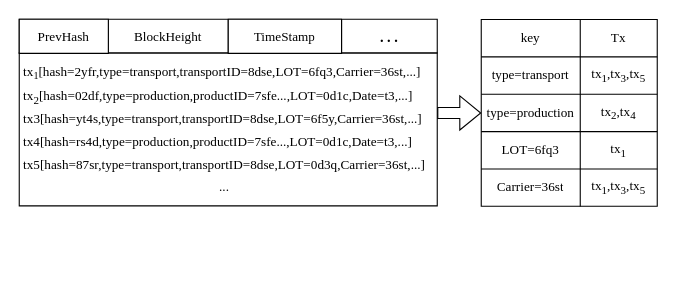
Earlier version of the draw.io diagram page "第 9 页" (14 of 14) of 论文.drawio (jue73/7339). Source tidied: cells renumbered, new cells numbered last; positions are measured from the earlier drawing's top-left corner, leaving out a move shared by most shapes. Both pictures are drawn from the tidied source at 110%, with x=0, y=0 at pixel (19, 19).
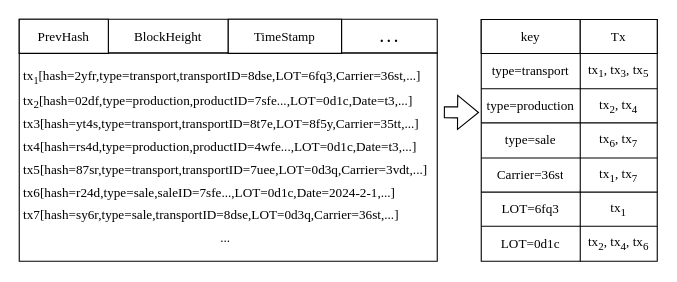
After the change.

Diff of the diagram source:
```diff
@@
     <mxCell id="2" style="shape=table;startSize=0;childLayout=tableLayout;rounded=1;labelBorderColor=#FFFFFF;fontFamily=Times New Roman;fontSize=11;horizontal=1;spacingTop=0;" parent="1" vertex="1">
-      <mxGeometry y="30.6" width="380" height="139.1" as="geometry" />
+      <mxGeometry y="30.6" width="380" height="189.4" as="geometry" />
     </mxCell>
     <mxCell id="3" style="shape=tableRow;horizontal=0;startSize=0;swimlaneHead=0;swimlaneBody=0;top=0;left=0;bottom=0;right=0;fillColor=none;points=[[0,0.5],[1,0.5]];portConstraint=eastwest;rounded=1;labelBorderColor=#FFFFFF;fontFamily=Times New Roman;fontSize=11;" parent="2" vertex="1">
-      <mxGeometry width="380" height="139" as="geometry" />
+      <mxGeometry width="380" height="189" as="geometry" />
     </mxCell>
-    <mxCell id="4" value="&lt;div style=&quot;padding-top: 0px; margin-bottom: 4px;&quot;&gt;&lt;span style=&quot;font-size: 12px; background-color: initial;&quot;&gt;tx&lt;/span&gt;&lt;sub style=&quot;background-color: initial;&quot;&gt;1&lt;/sub&gt;&lt;span style=&quot;font-size: 12px; background-color: initial;&quot;&gt;[hash=2yfr,type=transport&lt;/span&gt;&lt;span style=&quot;font-size: 12px; background-color: initial;&quot; lang=&quot;EN-US&quot;&gt;,transportID=8dse&lt;/span&gt;&lt;span style=&quot;font-size: 12px; background-color: initial;&quot;&gt;,LOT=6fq3,Carrier=36st,...&lt;/span&gt;&lt;span style=&quot;font-size: 12px; background-color: initial;&quot;&gt;]&lt;/span&gt;&lt;/div&gt;&lt;div style=&quot;line-height: 140%; font-size: 12px; margin-bottom: 0px; margin-top: 0px;&quot;&gt;&lt;font face=&quot;Times New Roman&quot; style=&quot;font-size: 12px;&quot;&gt;tx&lt;sub style=&quot;&quot;&gt;2&lt;/sub&gt;[hash=02df,type=production&lt;span style=&quot;&quot; lang=&quot;EN-US&quot;&gt;&lt;font style=&quot;font-size: 12px;&quot;&gt;,productID=7sfe...,LOT=&lt;/font&gt;&lt;/span&gt;&lt;span style=&quot;border-color: var(--border-color);&quot;&gt;0d1c,Date=t3,&lt;/span&gt;...]&lt;/font&gt;&lt;/div&gt;&lt;div style=&quot;line-height: 140%; font-size: 12px; margin-bottom: 4px;&quot;&gt;&lt;div style=&quot;margin-left: 0px; margin-top: 0px; margin-bottom: 4px;&quot;&gt;&lt;span style=&quot;background-color: initial;&quot;&gt;tx&lt;/span&gt;&lt;span style=&quot;background-color: initial;&quot;&gt;3&lt;/span&gt;&lt;span style=&quot;background-color: initial;&quot;&gt;[hash=yt4s,type=transport&lt;/span&gt;&lt;span style=&quot;background-color: initial; font-family: &amp;quot;Times New Roman&amp;quot;, serif;&quot; lang=&quot;EN-US&quot;&gt;,transportID=8dse&lt;/span&gt;&lt;span style=&quot;background-color: initial;&quot;&gt;,LOT=6f5y,Carrier=&lt;/span&gt;&lt;span style=&quot;background-color: initial;&quot;&gt;36st,&lt;/span&gt;&lt;span style=&quot;background-color: initial;&quot;&gt;...&lt;/span&gt;&lt;span style=&quot;background-color: initial;&quot;&gt;]&lt;/span&gt;&lt;/div&gt;&lt;div style=&quot;line-height: 140%;&quot;&gt;&lt;div style=&quot;line-height: 140%; margin-bottom: 4px;&quot;&gt;&lt;font style=&quot;font-size: 12px;&quot;&gt;&lt;font style=&quot;font-size: 12px;&quot; face=&quot;Times New Roman&quot;&gt;tx4[hash=rs4d,type=&lt;/font&gt;&lt;span style=&quot;font-family: &amp;quot;Times New Roman&amp;quot;, serif;&quot;&gt;production&lt;/span&gt;&lt;font style=&quot;font-size: 12px;&quot; face=&quot;Times New Roman&quot;&gt;&lt;span lang=&quot;EN-US&quot;&gt;&lt;font style=&quot;font-size: 12px;&quot;&gt;,productID=7sfe...,LOT=&lt;/font&gt;&lt;/span&gt;&lt;span style=&quot;border-color: var(--border-color);&quot;&gt;0d1c,Date=t3,&lt;/span&gt;...]&lt;/font&gt;&lt;/font&gt;&lt;/div&gt;&lt;/div&gt;&lt;/div&gt;&lt;div style=&quot;line-height: 140%; font-size: 12px;&quot;&gt;&lt;div style=&quot;margin-bottom: 4px;&quot;&gt;&lt;span style=&quot;background-color: initial;&quot;&gt;tx5[hash=87sr,type=transport&lt;/span&gt;&lt;span style=&quot;background-color: initial; font-family: &amp;quot;Times New Roman&amp;quot;, serif;&quot; lang=&quot;EN-US&quot;&gt;,transportID=8dse&lt;/span&gt;&lt;span style=&quot;background-color: initial;&quot;&gt;,LOT=0d3q,Carrier=36st,...&lt;/span&gt;&lt;span style=&quot;background-color: initial;&quot;&gt;]&lt;/span&gt;&lt;/div&gt;&lt;div style=&quot;text-align: center; line-height: 140%;&quot;&gt;&lt;font style=&quot;font-size: 12px;&quot;&gt;...&lt;/font&gt;&lt;/div&gt;&lt;/div&gt;" style="shape=partialRectangle;html=1;whiteSpace=wrap;overflow=hidden;fillColor=none;top=0;left=0;bottom=0;right=0;rounded=1;labelBorderColor=#FFFFFF;fontFamily=Times New Roman;fontSize=11;align=left;spacing=3;spacingBottom=-1;spacingLeft=0;" parent="3" vertex="1">
-      <mxGeometry width="380" height="139" as="geometry" />
+    <mxCell id="4" value="&lt;div style=&quot;padding-top: 0px; margin-bottom: 4px;&quot;&gt;&lt;span style=&quot;font-size: 12px; background-color: initial;&quot;&gt;tx&lt;/span&gt;&lt;sub style=&quot;background-color: initial;&quot;&gt;1&lt;/sub&gt;&lt;span style=&quot;font-size: 12px; background-color: initial;&quot;&gt;[hash=2yfr,type=transport&lt;/span&gt;&lt;span style=&quot;font-size: 12px; background-color: initial;&quot; lang=&quot;EN-US&quot;&gt;,transportID=8dse&lt;/span&gt;&lt;span style=&quot;font-size: 12px; background-color: initial;&quot;&gt;,LOT=6fq3,Carrier=36st,...&lt;/span&gt;&lt;span style=&quot;font-size: 12px; background-color: initial;&quot;&gt;]&lt;/span&gt;&lt;/div&gt;&lt;div style=&quot;line-height: 140%; font-size: 12px; margin-bottom: 0px; margin-top: 0px;&quot;&gt;&lt;font face=&quot;Times New Roman&quot; style=&quot;font-size: 12px;&quot;&gt;tx&lt;sub style=&quot;&quot;&gt;2&lt;/sub&gt;[hash=02df,type=production&lt;span style=&quot;&quot; lang=&quot;EN-US&quot;&gt;&lt;font style=&quot;font-size: 12px;&quot;&gt;,productID=7sfe...,LOT=&lt;/font&gt;&lt;/span&gt;&lt;span style=&quot;border-color: var(--border-color);&quot;&gt;0d1c,Date=t3,&lt;/span&gt;...]&lt;/font&gt;&lt;/div&gt;&lt;div style=&quot;line-height: 140%; font-size: 12px; margin-bottom: 4px;&quot;&gt;&lt;div style=&quot;margin-left: 0px; margin-top: 0px; margin-bottom: 4px;&quot;&gt;&lt;span style=&quot;background-color: initial;&quot;&gt;tx&lt;/span&gt;&lt;span style=&quot;background-color: initial;&quot;&gt;3&lt;/span&gt;&lt;span style=&quot;background-color: initial;&quot;&gt;[hash=yt4s,type=transport&lt;/span&gt;&lt;span style=&quot;background-color: initial; font-family: &amp;quot;Times New Roman&amp;quot;, serif;&quot; lang=&quot;EN-US&quot;&gt;,transportID=8t7e&lt;/span&gt;&lt;span style=&quot;background-color: initial;&quot;&gt;,LOT=8f5y,Carrier=&lt;/span&gt;&lt;span style=&quot;background-color: initial;&quot;&gt;35tt,&lt;/span&gt;&lt;span style=&quot;background-color: initial;&quot;&gt;...&lt;/span&gt;&lt;span style=&quot;background-color: initial;&quot;&gt;]&lt;/span&gt;&lt;/div&gt;&lt;div style=&quot;line-height: 140%;&quot;&gt;&lt;div style=&quot;line-height: 140%; margin-bottom: 4px;&quot;&gt;&lt;font style=&quot;font-size: 12px;&quot;&gt;&lt;font style=&quot;font-size: 12px;&quot; face=&quot;Times New Roman&quot;&gt;tx4[hash=rs4d,type=&lt;/font&gt;&lt;span style=&quot;font-family: &amp;quot;Times New Roman&amp;quot;, serif;&quot;&gt;production&lt;/span&gt;&lt;font style=&quot;font-size: 12px;&quot; face=&quot;Times New Roman&quot;&gt;&lt;span lang=&quot;EN-US&quot;&gt;&lt;font style=&quot;font-size: 12px;&quot;&gt;,productID=4wfe...,LOT=&lt;/font&gt;&lt;/span&gt;&lt;span style=&quot;border-color: var(--border-color);&quot;&gt;0d1c,Date=t3,&lt;/span&gt;...]&lt;/font&gt;&lt;/font&gt;&lt;/div&gt;&lt;/div&gt;&lt;/div&gt;&lt;div style=&quot;line-height: 140%; font-size: 12px;&quot;&gt;&lt;div style=&quot;margin-bottom: 4px;&quot;&gt;&lt;span style=&quot;background-color: initial;&quot;&gt;tx5[hash=87sr,type=transport&lt;/span&gt;&lt;span style=&quot;background-color: initial; font-family: &amp;quot;Times New Roman&amp;quot;, serif;&quot; lang=&quot;EN-US&quot;&gt;,transportID=7uee&lt;/span&gt;&lt;span style=&quot;background-color: initial;&quot;&gt;,LOT=0d3q,Carrier=3vdt,...&lt;/span&gt;&lt;span style=&quot;background-color: initial;&quot;&gt;]&lt;/span&gt;&lt;/div&gt;&lt;div style=&quot;margin-bottom: 4px;&quot;&gt;&lt;div style=&quot;line-height: 16.8px; margin-bottom: 4px;&quot;&gt;&lt;div style=&quot;line-height: 16.8px;&quot;&gt;&lt;div style=&quot;line-height: 16.8px; margin-bottom: 4px;&quot;&gt;&lt;font face=&quot;Times New Roman&quot;&gt;tx6[hash=r24d,type=&lt;/font&gt;&lt;span style=&quot;font-family: &amp;quot;Times New Roman&amp;quot;, serif;&quot;&gt;sale&lt;/span&gt;&lt;font face=&quot;Times New Roman&quot;&gt;&lt;span lang=&quot;EN-US&quot;&gt;,saleID=7sfe...,LOT=&lt;/span&gt;&lt;span style=&quot;border-color: var(--border-color);&quot;&gt;0d1c,Date=2024-2-1,&lt;/span&gt;...]&lt;/font&gt;&lt;/div&gt;&lt;/div&gt;&lt;/div&gt;&lt;div style=&quot;line-height: 16.8px;&quot;&gt;&lt;div style=&quot;margin-bottom: 4px;&quot;&gt;&lt;span style=&quot;background-color: initial;&quot;&gt;tx7[hash=sy6r,type=sale&lt;/span&gt;&lt;span style=&quot;background-color: initial; font-family: &amp;quot;Times New Roman&amp;quot;, serif;&quot; lang=&quot;EN-US&quot;&gt;,transportID=8dse&lt;/span&gt;&lt;span style=&quot;background-color: initial;&quot;&gt;,LOT=0d3q,Carrier=36st,...&lt;/span&gt;&lt;span style=&quot;background-color: initial;&quot;&gt;]&lt;/span&gt;&lt;/div&gt;&lt;/div&gt;&lt;/div&gt;&lt;div style=&quot;text-align: center; line-height: 140%;&quot;&gt;&lt;font style=&quot;font-size: 12px;&quot;&gt;...&lt;/font&gt;&lt;/div&gt;&lt;/div&gt;" style="shape=partialRectangle;html=1;whiteSpace=wrap;overflow=hidden;fillColor=none;top=0;left=0;bottom=0;right=0;rounded=1;labelBorderColor=#FFFFFF;fontFamily=Times New Roman;fontSize=11;align=left;spacing=3;spacingBottom=-1;spacingLeft=0;" parent="3" vertex="1">
+      <mxGeometry width="380" height="189" as="geometry" />
     </mxCell>
@@
-    <mxCell id="11" style="shape=flexArrow;endArrow=classic;html=1;rounded=0;entryX=0;entryY=0.5;entryDx=0;entryDy=0;exitX=1;exitY=0.393;exitDx=0;exitDy=0;exitPerimeter=0;" parent="1" edge="1" source="3" target="19">
-      <mxGeometry relative="1" as="geometry" />
+    <mxCell id="11" style="shape=flexArrow;endArrow=classic;html=1;rounded=0;entryX=0;entryY=0.5;entryDx=0;entryDy=0;width=10;" parent="1" edge="1">
+      <mxGeometry relative="1" as="geometry">
+        <mxPoint x="386" y="84.6" as="sourcePoint" />
+        <mxPoint x="418" y="84.8" as="targetPoint" />
+      </mxGeometry>
     </mxCell>
     <mxCell id="12" style="shape=table;startSize=0;childLayout=tableLayout;" parent="1" vertex="1">
-      <mxGeometry x="420" y="0.2" width="160" height="169.8" as="geometry" />
+      <mxGeometry x="420" y="0.2" width="160" height="219.8" as="geometry" />
     </mxCell>
     <mxCell id="13" style="shape=tableRow;horizontal=0;startSize=0;swimlaneHead=0;swimlaneBody=0;strokeColor=inherit;top=0;left=0;bottom=0;right=0;fillColor=none;" parent="12" vertex="1">
-      <mxGeometry width="160" height="34" as="geometry" />
+      <mxGeometry width="160" height="31" as="geometry" />
     </mxCell>
-    <mxCell id="14" value="&lt;font face=&quot;Times New Roman&quot;&gt;key&lt;/font&gt;" style="shape=partialRectangle;html=1;whiteSpace=wrap;strokeColor=inherit;overflow=hidden;fillColor=none;top=0;left=0;bottom=0;right=0;" parent="13" vertex="1">
-      <mxGeometry width="90" height="34" as="geometry" />
+    <mxCell id="14" value="&lt;font face=&quot;Times New Roman&quot;&gt;key&lt;/font&gt;" style="shape=partialRectangle;html=1;whiteSpace=wrap;overflow=hidden;top=1;left=1;bottom=1;right=1;" parent="13" vertex="1">
+      <mxGeometry width="90" height="31" as="geometry" />
     </mxCell>
-    <mxCell id="15" value="&lt;font face=&quot;Times New Roman&quot;&gt;Tx&lt;/font&gt;" style="shape=partialRectangle;html=1;whiteSpace=wrap;strokeColor=inherit;overflow=hidden;fillColor=none;top=0;left=0;bottom=0;right=0;" parent="13" vertex="1">
-      <mxGeometry x="90" width="70" height="34" as="geometry" />
+    <mxCell id="15" value="&lt;font face=&quot;Times New Roman&quot;&gt;Tx&lt;/font&gt;" style="shape=partialRectangle;html=1;whiteSpace=wrap;overflow=hidden;top=1;left=1;bottom=1;right=1;" parent="13" vertex="1">
+      <mxGeometry x="90" width="70" height="31" as="geometry" />
     </mxCell>
     <mxCell id="16" style="shape=tableRow;horizontal=0;startSize=0;swimlaneHead=0;swimlaneBody=0;strokeColor=inherit;top=0;left=0;bottom=0;right=0;fillColor=none;" parent="12" vertex="1">
-      <mxGeometry y="34" width="160" height="34" as="geometry" />
+      <mxGeometry y="31" width="160" height="32" as="geometry" />
     </mxCell>
     <mxCell id="17" value="&lt;span style=&quot;font-family: &amp;quot;Times New Roman&amp;quot;; text-align: left;&quot;&gt;type=transport&lt;/span&gt;" style="shape=partialRectangle;html=1;whiteSpace=wrap;strokeColor=inherit;overflow=hidden;fillColor=none;top=0;left=0;bottom=0;right=0;" parent="16" vertex="1">
-      <mxGeometry width="90" height="34" as="geometry" />
+      <mxGeometry width="90" height="32" as="geometry" />
     </mxCell>
-    <mxCell id="18" value="&lt;font face=&quot;Times New Roman&quot;&gt;tx&lt;sub&gt;1&lt;/sub&gt;,tx&lt;sub&gt;3&lt;/sub&gt;,tx&lt;sub&gt;5&lt;/sub&gt;&lt;/font&gt;" style="shape=partialRectangle;html=1;whiteSpace=wrap;strokeColor=inherit;overflow=hidden;fillColor=none;top=0;left=0;bottom=0;right=0;" parent="16" vertex="1">
-      <mxGeometry x="90" width="70" height="34" as="geometry" />
+    <mxCell id="18" value="&lt;font face=&quot;Times New Roman&quot;&gt;tx&lt;sub&gt;1&lt;/sub&gt;, tx&lt;sub&gt;3&lt;/sub&gt;, tx&lt;sub&gt;5&lt;/sub&gt;&lt;/font&gt;" style="shape=partialRectangle;html=1;whiteSpace=wrap;strokeColor=inherit;overflow=hidden;fillColor=none;top=0;left=0;bottom=0;right=0;" parent="16" vertex="1">
+      <mxGeometry x="90" width="70" height="32" as="geometry" />
     </mxCell>
     <mxCell id="19" style="shape=tableRow;horizontal=0;startSize=0;swimlaneHead=0;swimlaneBody=0;strokeColor=inherit;top=0;left=0;bottom=0;right=0;fillColor=none;points=[[0,0.5],[1,0.5]];portConstraint=eastwest;" parent="12" vertex="1">
-      <mxGeometry y="68" width="160" height="34" as="geometry" />
+      <mxGeometry y="63" width="160" height="31" as="geometry" />
     </mxCell>
     <mxCell id="20" value="&lt;span style=&quot;text-align: left;&quot;&gt;&lt;font face=&quot;Times New Roman&quot;&gt;type=production&lt;/font&gt;&lt;/span&gt;" style="shape=partialRectangle;html=1;whiteSpace=wrap;strokeColor=inherit;overflow=hidden;fillColor=none;top=0;left=0;bottom=0;right=0;" parent="19" vertex="1">
-      <mxGeometry width="90" height="34" as="geometry" />
+      <mxGeometry width="90" height="31" as="geometry" />
     </mxCell>
-    <mxCell id="21" value="&lt;font face=&quot;Times New Roman&quot;&gt;tx&lt;sub&gt;2&lt;/sub&gt;,tx&lt;sub&gt;4&lt;/sub&gt;&lt;/font&gt;" style="shape=partialRectangle;html=1;whiteSpace=wrap;strokeColor=inherit;overflow=hidden;fillColor=none;top=0;left=0;bottom=0;right=0;" parent="19" vertex="1">
-      <mxGeometry x="90" width="70" height="34" as="geometry" />
+    <mxCell id="21" value="&lt;font face=&quot;Times New Roman&quot;&gt;tx&lt;sub&gt;2&lt;/sub&gt;, tx&lt;sub&gt;4&lt;/sub&gt;&lt;/font&gt;" style="shape=partialRectangle;html=1;whiteSpace=wrap;strokeColor=inherit;overflow=hidden;fillColor=none;top=0;left=0;bottom=0;right=0;" parent="19" vertex="1">
+      <mxGeometry x="90" width="70" height="31" as="geometry" />
     </mxCell>
     <mxCell id="22" style="shape=tableRow;horizontal=0;startSize=0;swimlaneHead=0;swimlaneBody=0;strokeColor=inherit;top=0;left=0;bottom=0;right=0;fillColor=none;" parent="12" vertex="1">
-      <mxGeometry y="102" width="160" height="34" as="geometry" />
+      <mxGeometry y="94" width="160" height="32" as="geometry" />
     </mxCell>
-    <mxCell id="23" value="&lt;span style=&quot;font-family: &amp;quot;Times New Roman&amp;quot;; text-align: left;&quot;&gt;LOT=6fq3&lt;/span&gt;" style="shape=partialRectangle;html=1;whiteSpace=wrap;strokeColor=inherit;overflow=hidden;fillColor=none;top=0;left=0;bottom=0;right=0;" parent="22" vertex="1">
-      <mxGeometry width="90" height="34" as="geometry" />
+    <mxCell id="23" value="&lt;span style=&quot;font-family: &amp;quot;Times New Roman&amp;quot;; text-align: left;&quot;&gt;type=sale&lt;/span&gt;" style="shape=partialRectangle;html=1;whiteSpace=wrap;strokeColor=inherit;overflow=hidden;fillColor=none;top=0;left=0;bottom=0;right=0;" parent="22" vertex="1">
+      <mxGeometry width="90" height="32" as="geometry" />
     </mxCell>
-    <mxCell id="24" value="&lt;font face=&quot;Times New Roman&quot;&gt;tx&lt;sub&gt;1&lt;/sub&gt;&lt;/font&gt;" style="shape=partialRectangle;html=1;whiteSpace=wrap;strokeColor=inherit;overflow=hidden;fillColor=none;top=0;left=0;bottom=0;right=0;" parent="22" vertex="1">
-      <mxGeometry x="90" width="70" height="34" as="geometry" />
+    <mxCell id="24" value="&lt;font face=&quot;Times New Roman&quot;&gt;tx&lt;sub&gt;6&lt;/sub&gt;,&amp;nbsp;&lt;/font&gt;&lt;span style=&quot;font-family: &amp;quot;Times New Roman&amp;quot;;&quot;&gt;tx&lt;/span&gt;&lt;sub style=&quot;font-family: &amp;quot;Times New Roman&amp;quot;;&quot;&gt;7&lt;/sub&gt;" style="shape=partialRectangle;html=1;whiteSpace=wrap;strokeColor=inherit;overflow=hidden;fillColor=none;top=0;left=0;bottom=0;right=0;" parent="22" vertex="1">
+      <mxGeometry x="90" width="70" height="32" as="geometry" />
     </mxCell>
     <mxCell id="25" style="shape=tableRow;horizontal=0;startSize=0;swimlaneHead=0;swimlaneBody=0;strokeColor=inherit;top=0;left=0;bottom=0;right=0;fillColor=none;" parent="12" vertex="1">
-      <mxGeometry y="136" width="160" height="34" as="geometry" />
+      <mxGeometry y="126" width="160" height="31" as="geometry" />
     </mxCell>
     <mxCell id="26" value="&lt;font face=&quot;Times New Roman&quot;&gt;&lt;span style=&quot;forced-color-adjust: none; color: rgb(0, 0, 0); font-size: 12px; font-style: normal; font-variant-ligatures: normal; font-variant-caps: normal; font-weight: 400; letter-spacing: normal; orphans: 2; text-indent: 0px; text-transform: none; widows: 2; word-spacing: 0px; -webkit-text-stroke-width: 0px; white-space: normal; background-color: initial; text-decoration-thickness: initial; text-decoration-style: initial; text-decoration-color: initial; text-align: left;&quot;&gt;Carrier=&lt;/span&gt;&lt;span style=&quot;forced-color-adjust: none; color: rgb(0, 0, 0); font-size: 12px; font-style: normal; font-variant-ligatures: normal; font-variant-caps: normal; font-weight: 400; letter-spacing: normal; orphans: 2; text-indent: 0px; text-transform: none; widows: 2; word-spacing: 0px; -webkit-text-stroke-width: 0px; white-space: normal; background-color: initial; text-decoration-thickness: initial; text-decoration-style: initial; text-decoration-color: initial; text-align: left;&quot;&gt;36st&lt;/span&gt;&lt;/font&gt;" style="shape=partialRectangle;html=1;whiteSpace=wrap;strokeColor=inherit;overflow=hidden;fillColor=none;top=0;left=0;bottom=0;right=0;" parent="25" vertex="1">
-      <mxGeometry width="90" height="34" as="geometry" />
+      <mxGeometry width="90" height="31" as="geometry" />
     </mxCell>
-    <mxCell id="27" value="&lt;font face=&quot;Times New Roman&quot;&gt;tx&lt;sub&gt;1&lt;/sub&gt;,tx&lt;sub&gt;3&lt;/sub&gt;,tx&lt;sub&gt;5&lt;/sub&gt;&lt;/font&gt;" style="shape=partialRectangle;html=1;whiteSpace=wrap;strokeColor=inherit;overflow=hidden;fillColor=none;top=0;left=0;bottom=0;right=0;" parent="25" vertex="1">
-      <mxGeometry x="90" width="70" height="34" as="geometry" />
+    <mxCell id="27" value="&lt;font face=&quot;Times New Roman&quot;&gt;tx&lt;sub&gt;1&lt;/sub&gt;, tx&lt;sub&gt;7&lt;/sub&gt;&lt;/font&gt;" style="shape=partialRectangle;html=1;whiteSpace=wrap;strokeColor=inherit;overflow=hidden;fillColor=none;top=0;left=0;bottom=0;right=0;" parent="25" vertex="1">
+      <mxGeometry x="90" width="70" height="31" as="geometry" />
     </mxCell>
+    <mxCell id="28" style="shape=tableRow;horizontal=0;startSize=0;swimlaneHead=0;swimlaneBody=0;strokeColor=inherit;top=0;left=0;bottom=0;right=0;fillColor=none;" parent="12" vertex="1">
+      <mxGeometry y="157" width="160" height="31" as="geometry" />
+    </mxCell>
+    <mxCell id="29" value="&lt;span style=&quot;font-family: &amp;quot;Times New Roman&amp;quot;; text-align: left;&quot;&gt;LOT=6fq3&lt;/span&gt;" style="shape=partialRectangle;html=1;whiteSpace=wrap;strokeColor=inherit;overflow=hidden;fillColor=none;top=0;left=0;bottom=0;right=0;" parent="28" vertex="1">
+      <mxGeometry width="90" height="31" as="geometry" />
+    </mxCell>
+    <mxCell id="30" value="&lt;span style=&quot;font-family: &amp;quot;Times New Roman&amp;quot;;&quot;&gt;tx&lt;/span&gt;&lt;sub style=&quot;font-family: &amp;quot;Times New Roman&amp;quot;;&quot;&gt;1&lt;/sub&gt;" style="shape=partialRectangle;html=1;whiteSpace=wrap;strokeColor=inherit;overflow=hidden;fillColor=none;top=0;left=0;bottom=0;right=0;" parent="28" vertex="1">
+      <mxGeometry x="90" width="70" height="31" as="geometry" />
+    </mxCell>
+    <mxCell id="31" style="shape=tableRow;horizontal=0;startSize=0;swimlaneHead=0;swimlaneBody=0;strokeColor=inherit;top=0;left=0;bottom=0;right=0;fillColor=none;" parent="12" vertex="1">
+      <mxGeometry y="188" width="160" height="32" as="geometry" />
+    </mxCell>
+    <mxCell id="32" value="&lt;span style=&quot;font-family: &amp;quot;Times New Roman&amp;quot;; text-align: left;&quot;&gt;LOT=0d1c&lt;/span&gt;" style="shape=partialRectangle;html=1;whiteSpace=wrap;strokeColor=inherit;overflow=hidden;fillColor=none;top=0;left=0;bottom=0;right=0;" parent="31" vertex="1">
+      <mxGeometry width="90" height="32" as="geometry" />
+    </mxCell>
+    <mxCell id="33" value="&lt;span style=&quot;font-family: &amp;quot;Times New Roman&amp;quot;;&quot;&gt;tx&lt;/span&gt;&lt;sub style=&quot;font-family: &amp;quot;Times New Roman&amp;quot;;&quot;&gt;2&lt;/sub&gt;&lt;span style=&quot;font-family: &amp;quot;Times New Roman&amp;quot;;&quot;&gt;, tx&lt;/span&gt;&lt;sub style=&quot;font-family: &amp;quot;Times New Roman&amp;quot;;&quot;&gt;4&lt;/sub&gt;&lt;span style=&quot;font-family: &amp;quot;Times New Roman&amp;quot;;&quot;&gt;, tx&lt;/span&gt;&lt;sub style=&quot;font-family: &amp;quot;Times New Roman&amp;quot;;&quot;&gt;6&lt;/sub&gt;" style="shape=partialRectangle;html=1;whiteSpace=wrap;strokeColor=inherit;overflow=hidden;fillColor=none;top=0;left=0;bottom=0;right=0;" parent="31" vertex="1">
+      <mxGeometry x="90" width="70" height="32" as="geometry" />
+    </mxCell>
```
